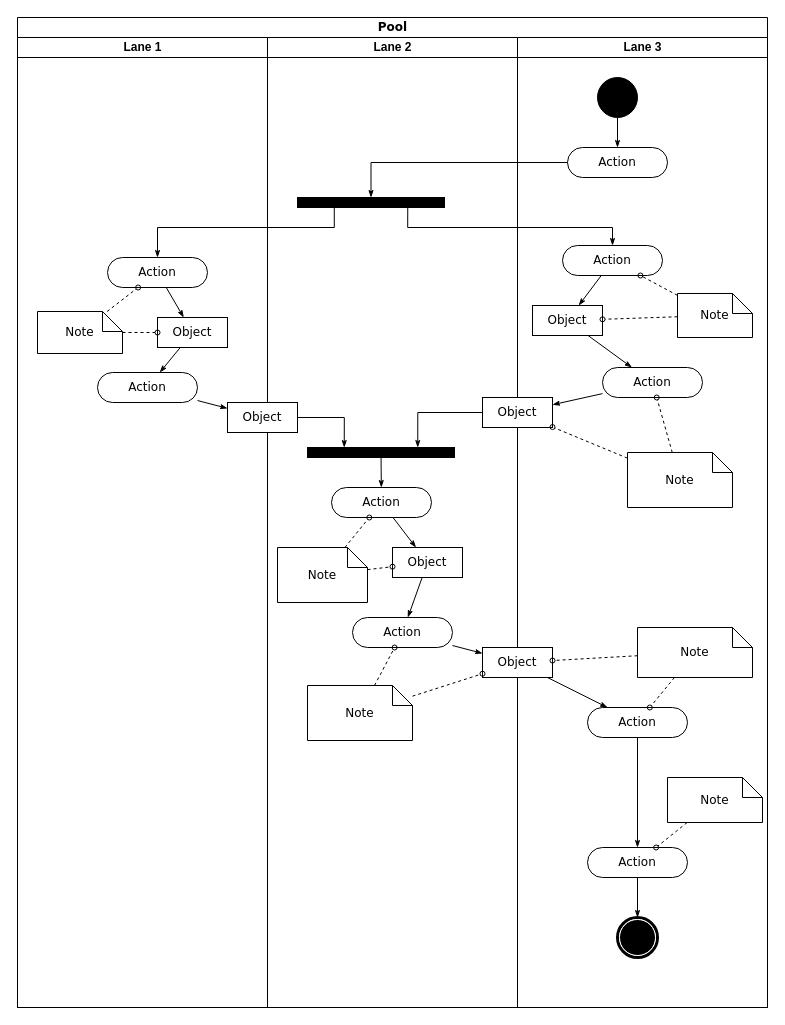
This is page "Lvl 0" (1 of 3) of pps-yazaki.drawio from hendrasaputra0501/pasi-bpa, a draw.io file, before an edit. Source tidied: cells renumbered, new cells numbered last; positions are measured from the earlier drawing's top-left corner, leaving out a move shared by most shapes. Both pictures are drawn from the tidied source at 100%, with x=0, y=0 at pixel (17, 17).
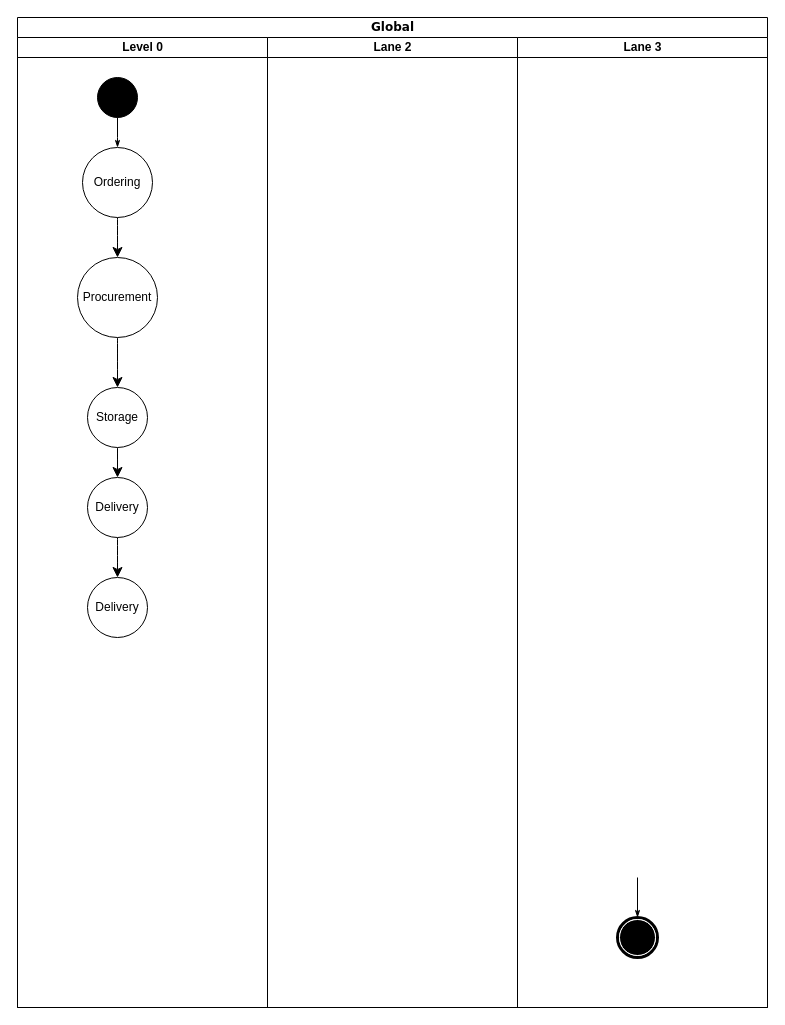
After the change.

The change refers to these unchanged cells:
```xml
<mxCell id="12" value="Lane 2" style="swimlane;html=1;startSize=20;" parent="2" vertex="1">
  <mxGeometry x="250" y="20" width="250" height="970" as="geometry" />
</mxCell>
<mxCell id="28" value="Lane 3" style="swimlane;html=1;startSize=20;" parent="2" vertex="1">
  <mxGeometry x="500" y="20" width="250" height="970" as="geometry" />
</mxCell>
<mxCell id="45" style="shape=mxgraph.bpmn.shape;html=1;verticalLabelPosition=bottom;labelBackgroundColor=#ffffff;verticalAlign=top;perimeter=ellipsePerimeter;outline=end;symbol=terminate;rounded=0;shadow=0;comic=0;strokeWidth=1;fontFamily=Verdana;fontSize=12;align=center;" parent="28" vertex="1">
  <mxGeometry x="100" y="880" width="40" height="40" as="geometry" />
</mxCell>
```

What changed in the source:
```diff
@@
-    <mxCell id="2" value="Pool" style="swimlane;html=1;startSize=20;rounded=0;shadow=0;comic=0;labelBackgroundColor=none;strokeWidth=1;fontFamily=Verdana;fontSize=12;align=center;" parent="1" vertex="1">
+    <mxCell id="2" value="Global" style="swimlane;html=1;startSize=20;rounded=0;shadow=0;comic=0;labelBackgroundColor=none;strokeWidth=1;fontFamily=Verdana;fontSize=12;align=center;" parent="1" vertex="1">
       <mxGeometry width="750" height="990" as="geometry" />
     </mxCell>
-    <mxCell id="3" value="Lane 1" style="swimlane;html=1;startSize=20;" parent="2" vertex="1">
+    <mxCell id="3" value="Level 0" style="swimlane;html=1;startSize=20;rounded=0;" parent="2" vertex="1">
       <mxGeometry y="20" width="250" height="970" as="geometry" />
     </mxCell>
-    <mxCell id="4" style="edgeStyle=none;rounded=0;html=1;labelBackgroundColor=none;startArrow=none;startFill=0;startSize=5;endArrow=classicThin;endFill=1;endSize=5;jettySize=auto;strokeWidth=1;fontFamily=Verdana;fontSize=12;" parent="3" edge="1" source="5" target="8">
-      <mxGeometry relative="1" as="geometry" />
-    </mxCell>
-    <mxCell id="5" value="Action" style="rounded=1;whiteSpace=wrap;html=1;shadow=0;comic=0;labelBackgroundColor=none;strokeWidth=1;fontFamily=Verdana;fontSize=12;align=center;arcSize=50;" parent="3" vertex="1">
-      <mxGeometry x="90" y="220" width="100" height="30" as="geometry" />
-    </mxCell>
-    <mxCell id="6" value="Action" style="rounded=1;whiteSpace=wrap;html=1;shadow=0;comic=0;labelBackgroundColor=none;strokeWidth=1;fontFamily=Verdana;fontSize=12;align=center;arcSize=50;" parent="3" vertex="1">
-      <mxGeometry x="80" y="335" width="100" height="30" as="geometry" />
-    </mxCell>
-    <mxCell id="7" style="edgeStyle=none;rounded=0;html=1;labelBackgroundColor=none;startArrow=none;startFill=0;startSize=5;endArrow=classicThin;endFill=1;endSize=5;jettySize=auto;strokeWidth=1;fontFamily=Verdana;fontSize=12;" parent="3" edge="1" source="8" target="6">
-      <mxGeometry relative="1" as="geometry" />
-    </mxCell>
-    <mxCell id="8" value="Object" style="rounded=0;whiteSpace=wrap;html=1;shadow=0;comic=0;labelBackgroundColor=none;strokeWidth=1;fontFamily=Verdana;fontSize=12;align=center;arcSize=50;" parent="3" vertex="1">
-      <mxGeometry x="140" y="280" width="70" height="30" as="geometry" />
-    </mxCell>
-    <mxCell id="9" style="edgeStyle=none;rounded=0;html=1;labelBackgroundColor=none;startArrow=none;startFill=0;startSize=5;endArrow=oval;endFill=0;endSize=5;jettySize=auto;strokeWidth=1;fontFamily=Verdana;fontSize=12;dashed=1;" parent="3" edge="1" source="11" target="5">
-      <mxGeometry relative="1" as="geometry" />
-    </mxCell>
-    <mxCell id="10" style="edgeStyle=none;rounded=0;html=1;dashed=1;labelBackgroundColor=none;startArrow=none;startFill=0;startSize=5;endArrow=oval;endFill=0;endSize=5;jettySize=auto;strokeWidth=1;fontFamily=Verdana;fontSize=12;" parent="3" edge="1" source="11" target="8">
-      <mxGeometry relative="1" as="geometry" />
-    </mxCell>
-    <mxCell id="11" value="Note" style="shape=note;whiteSpace=wrap;html=1;rounded=0;shadow=0;comic=0;labelBackgroundColor=none;strokeWidth=1;fontFamily=Verdana;fontSize=12;align=center;size=20;" parent="3" vertex="1">
-      <mxGeometry x="20" y="274" width="85" height="42" as="geometry" />
-    </mxCell>
+    <mxCell id="30" style="ellipse;whiteSpace=wrap;html=1;rounded=0;shadow=0;comic=0;labelBackgroundColor=none;strokeWidth=1;fillColor=#000000;fontFamily=Verdana;fontSize=12;align=center;" parent="3" vertex="1">
+      <mxGeometry x="80" y="40" width="40" height="40" as="geometry" />
+    </mxCell>
+    <mxCell id="29" style="edgeStyle=orthogonalEdgeStyle;rounded=0;html=1;labelBackgroundColor=none;startArrow=none;startFill=0;startSize=5;endArrow=classicThin;endFill=1;endSize=5;jettySize=auto;strokeWidth=1;fontFamily=Verdana;fontSize=12;" parent="3" edge="1" source="30">
+      <mxGeometry relative="1" as="geometry">
+        <mxPoint x="100" y="110" as="targetPoint" />
+      </mxGeometry>
+    </mxCell>
+    <mxCell id="64" style="edgeStyle=none;curved=1;rounded=0;jettySize=auto;html=1;entryX=0.5;entryY=0;entryDx=0;entryDy=0;fontSize=12;startSize=8;endSize=8;" parent="3" edge="1" source="65" target="67">
+      <mxGeometry relative="1" as="geometry" />
+    </mxCell>
+    <mxCell id="65" value="Ordering" style="ellipse;whiteSpace=wrap;html=1;" parent="3" vertex="1">
+      <mxGeometry x="65" y="110" width="70" height="70" as="geometry" />
+    </mxCell>
+    <mxCell id="66" style="edgeStyle=none;curved=1;rounded=0;jettySize=auto;html=1;entryX=0.5;entryY=0;entryDx=0;entryDy=0;fontSize=12;startSize=8;endSize=8;" parent="3" edge="1" source="67" target="69">
+      <mxGeometry relative="1" as="geometry" />
+    </mxCell>
+    <mxCell id="67" value="Procurement" style="ellipse;whiteSpace=wrap;html=1;" parent="3" vertex="1">
+      <mxGeometry x="60" y="220" width="80" height="80" as="geometry" />
+    </mxCell>
+    <mxCell id="68" style="edgeStyle=none;curved=1;rounded=0;jettySize=auto;html=1;entryX=0.5;entryY=0;entryDx=0;entryDy=0;fontSize=12;startSize=8;endSize=8;" parent="3" edge="1" source="69" target="71">
+      <mxGeometry relative="1" as="geometry" />
+    </mxCell>
+    <mxCell id="69" value="Storage" style="ellipse;whiteSpace=wrap;html=1;" parent="3" vertex="1">
+      <mxGeometry x="70" y="350" width="60" height="60" as="geometry" />
+    </mxCell>
+    <mxCell id="70" style="edgeStyle=none;curved=1;rounded=0;jettySize=auto;html=1;entryX=0.5;entryY=0;entryDx=0;entryDy=0;fontSize=12;startSize=8;endSize=8;" parent="3" edge="1" source="71" target="72">
+      <mxGeometry relative="1" as="geometry" />
+    </mxCell>
+    <mxCell id="71" value="Delivery" style="ellipse;whiteSpace=wrap;html=1;" parent="3" vertex="1">
+      <mxGeometry x="70" y="440" width="60" height="60" as="geometry" />
+    </mxCell>
+    <mxCell id="72" value="Delivery" style="ellipse;whiteSpace=wrap;html=1;" parent="3" vertex="1">
+      <mxGeometry x="70" y="540" width="60" height="60" as="geometry" />
+    </mxCell>
@@
-    <mxCell id="13" style="whiteSpace=wrap;html=1;rounded=0;shadow=0;comic=0;labelBackgroundColor=none;strokeWidth=1;fillColor=#000000;fontFamily=Verdana;fontSize=12;align=center;rotation=0;" parent="12" vertex="1">
-      <mxGeometry x="30" y="160" width="147" height="10" as="geometry" />
-    </mxCell>
-    <mxCell id="14" style="edgeStyle=none;rounded=0;html=1;labelBackgroundColor=none;startArrow=none;startFill=0;startSize=5;endArrow=classicThin;endFill=1;endSize=5;jettySize=auto;strokeWidth=1;fontFamily=Verdana;fontSize=12;" parent="12" edge="1" source="15" target="21">
-      <mxGeometry relative="1" as="geometry" />
-    </mxCell>
-    <mxCell id="15" value="Action" style="rounded=1;whiteSpace=wrap;html=1;shadow=0;comic=0;labelBackgroundColor=none;strokeWidth=1;fontFamily=Verdana;fontSize=12;align=center;arcSize=50;" parent="12" vertex="1">
-      <mxGeometry x="64" y="450" width="100" height="30" as="geometry" />
-    </mxCell>
-    <mxCell id="16" style="edgeStyle=none;rounded=0;html=1;labelBackgroundColor=none;startArrow=none;startFill=0;startSize=5;endArrow=classicThin;endFill=1;endSize=5;jettySize=auto;strokeWidth=1;fontFamily=Verdana;fontSize=12;" parent="12" edge="1" source="17" target="15">
-      <mxGeometry relative="1" as="geometry" />
-    </mxCell>
-    <mxCell id="17" style="whiteSpace=wrap;html=1;rounded=0;shadow=0;comic=0;labelBackgroundColor=none;strokeWidth=1;fillColor=#000000;fontFamily=Verdana;fontSize=12;align=center;rotation=0;" parent="12" vertex="1">
-      <mxGeometry x="40" y="410" width="147" height="10" as="geometry" />
-    </mxCell>
-    <mxCell id="18" style="edgeStyle=orthogonalEdgeStyle;rounded=0;html=1;entryX=0.25;entryY=0;labelBackgroundColor=none;startArrow=none;startFill=0;startSize=5;endArrow=classicThin;endFill=1;endSize=5;jettySize=auto;strokeWidth=1;fontFamily=Verdana;fontSize=12;" parent="12" edge="1" source="19" target="17">
-      <mxGeometry relative="1" as="geometry" />
-    </mxCell>
-    <mxCell id="19" value="Object" style="rounded=0;whiteSpace=wrap;html=1;shadow=0;comic=0;labelBackgroundColor=none;strokeWidth=1;fontFamily=Verdana;fontSize=12;align=center;arcSize=50;" parent="12" vertex="1">
-      <mxGeometry x="-40" y="365" width="70" height="30" as="geometry" />
-    </mxCell>
-    <mxCell id="20" style="edgeStyle=none;rounded=0;html=1;labelBackgroundColor=none;startArrow=none;startFill=0;startSize=5;endArrow=classicThin;endFill=1;endSize=5;jettySize=auto;strokeWidth=1;fontFamily=Verdana;fontSize=12;" parent="12" edge="1" source="21" target="22">
-      <mxGeometry relative="1" as="geometry" />
-    </mxCell>
-    <mxCell id="21" value="Object" style="rounded=0;whiteSpace=wrap;html=1;shadow=0;comic=0;labelBackgroundColor=none;strokeWidth=1;fontFamily=Verdana;fontSize=12;align=center;arcSize=50;" parent="12" vertex="1">
-      <mxGeometry x="125" y="510" width="70" height="30" as="geometry" />
-    </mxCell>
-    <mxCell id="22" value="Action" style="rounded=1;whiteSpace=wrap;html=1;shadow=0;comic=0;labelBackgroundColor=none;strokeWidth=1;fontFamily=Verdana;fontSize=12;align=center;arcSize=50;" parent="12" vertex="1">
-      <mxGeometry x="85" y="580" width="100" height="30" as="geometry" />
-    </mxCell>
-    <mxCell id="23" style="edgeStyle=none;rounded=0;html=1;dashed=1;labelBackgroundColor=none;startArrow=none;startFill=0;startSize=5;endArrow=oval;endFill=0;endSize=5;jettySize=auto;strokeWidth=1;fontFamily=Verdana;fontSize=12;" parent="12" edge="1" source="25" target="15">
-      <mxGeometry relative="1" as="geometry" />
-    </mxCell>
-    <mxCell id="24" style="edgeStyle=none;rounded=0;html=1;dashed=1;labelBackgroundColor=none;startArrow=none;startFill=0;startSize=5;endArrow=oval;endFill=0;endSize=5;jettySize=auto;strokeWidth=1;fontFamily=Verdana;fontSize=12;" parent="12" edge="1" source="25" target="21">
-      <mxGeometry relative="1" as="geometry" />
-    </mxCell>
-    <mxCell id="25" value="Note" style="shape=note;whiteSpace=wrap;html=1;rounded=0;shadow=0;comic=0;labelBackgroundColor=none;strokeWidth=1;fontFamily=Verdana;fontSize=12;align=center;size=20;" parent="12" vertex="1">
-      <mxGeometry x="10" y="510" width="90" height="55" as="geometry" />
-    </mxCell>
-    <mxCell id="26" style="edgeStyle=none;rounded=0;html=1;dashed=1;labelBackgroundColor=none;startArrow=none;startFill=0;startSize=5;endArrow=oval;endFill=0;endSize=5;jettySize=auto;strokeWidth=1;fontFamily=Verdana;fontSize=12;" parent="12" edge="1" source="27" target="22">
-      <mxGeometry relative="1" as="geometry" />
-    </mxCell>
-    <mxCell id="27" value="Note" style="shape=note;whiteSpace=wrap;html=1;rounded=0;shadow=0;comic=0;labelBackgroundColor=none;strokeWidth=1;fontFamily=Verdana;fontSize=12;align=center;size=20;" parent="12" vertex="1">
-      <mxGeometry x="40" y="648" width="105" height="55" as="geometry" />
-    </mxCell>
@@
-    <mxCell id="29" style="edgeStyle=orthogonalEdgeStyle;rounded=0;html=1;labelBackgroundColor=none;startArrow=none;startFill=0;startSize=5;endArrow=classicThin;endFill=1;endSize=5;jettySize=auto;strokeWidth=1;fontFamily=Verdana;fontSize=12;" parent="28" edge="1" source="30" target="31">
-      <mxGeometry relative="1" as="geometry" />
-    </mxCell>
-    <mxCell id="30" style="ellipse;whiteSpace=wrap;html=1;rounded=0;shadow=0;comic=0;labelBackgroundColor=none;strokeWidth=1;fillColor=#000000;fontFamily=Verdana;fontSize=12;align=center;" parent="28" vertex="1">
-      <mxGeometry x="80" y="40" width="40" height="40" as="geometry" />
-    </mxCell>
-    <mxCell id="31" value="Action" style="rounded=1;whiteSpace=wrap;html=1;shadow=0;comic=0;labelBackgroundColor=none;strokeWidth=1;fontFamily=Verdana;fontSize=12;align=center;arcSize=50;" parent="28" vertex="1">
-      <mxGeometry x="50" y="110" width="100" height="30" as="geometry" />
-    </mxCell>
-    <mxCell id="32" style="rounded=0;html=1;labelBackgroundColor=none;startArrow=none;startFill=0;startSize=5;endArrow=classicThin;endFill=1;endSize=5;jettySize=auto;strokeWidth=1;fontFamily=Verdana;fontSize=12;" parent="28" edge="1" source="33" target="37">
-      <mxGeometry relative="1" as="geometry" />
-    </mxCell>
-    <mxCell id="33" value="Action" style="rounded=1;whiteSpace=wrap;html=1;shadow=0;comic=0;labelBackgroundColor=none;strokeWidth=1;fontFamily=Verdana;fontSize=12;align=center;arcSize=50;" parent="28" vertex="1">
-      <mxGeometry x="45" y="208" width="100" height="30" as="geometry" />
-    </mxCell>
-    <mxCell id="34" style="edgeStyle=none;rounded=0;html=1;labelBackgroundColor=none;startArrow=none;startFill=0;startSize=5;endArrow=classicThin;endFill=1;endSize=5;jettySize=auto;strokeWidth=1;fontFamily=Verdana;fontSize=12;" parent="28" edge="1" source="35" target="38">
-      <mxGeometry relative="1" as="geometry" />
-    </mxCell>
-    <mxCell id="35" value="Action" style="rounded=1;whiteSpace=wrap;html=1;shadow=0;comic=0;labelBackgroundColor=none;strokeWidth=1;fontFamily=Verdana;fontSize=12;align=center;arcSize=50;" parent="28" vertex="1">
-      <mxGeometry x="85" y="330" width="100" height="30" as="geometry" />
-    </mxCell>
-    <mxCell id="36" style="edgeStyle=none;rounded=0;html=1;labelBackgroundColor=none;startArrow=none;startFill=0;startSize=5;endArrow=classicThin;endFill=1;endSize=5;jettySize=auto;strokeWidth=1;fontFamily=Verdana;fontSize=12;" parent="28" edge="1" source="37" target="35">
-      <mxGeometry relative="1" as="geometry" />
-    </mxCell>
-    <mxCell id="37" value="Object" style="rounded=0;whiteSpace=wrap;html=1;shadow=0;comic=0;labelBackgroundColor=none;strokeWidth=1;fontFamily=Verdana;fontSize=12;align=center;arcSize=50;" parent="28" vertex="1">
-      <mxGeometry x="15" y="268" width="70" height="30" as="geometry" />
-    </mxCell>
-    <mxCell id="38" value="Object" style="rounded=0;whiteSpace=wrap;html=1;shadow=0;comic=0;labelBackgroundColor=none;strokeWidth=1;fontFamily=Verdana;fontSize=12;align=center;arcSize=50;" parent="28" vertex="1">
-      <mxGeometry x="-35" y="360" width="70" height="30" as="geometry" />
-    </mxCell>
-    <mxCell id="39" style="edgeStyle=none;rounded=0;html=1;labelBackgroundColor=none;startArrow=none;startFill=0;startSize=5;endArrow=classicThin;endFill=1;endSize=5;jettySize=auto;strokeWidth=1;fontFamily=Verdana;fontSize=12;" parent="28" edge="1" source="40" target="42">
-      <mxGeometry relative="1" as="geometry" />
-    </mxCell>
-    <mxCell id="40" value="Object" style="rounded=0;whiteSpace=wrap;html=1;shadow=0;comic=0;labelBackgroundColor=none;strokeWidth=1;fontFamily=Verdana;fontSize=12;align=center;arcSize=50;" parent="28" vertex="1">
-      <mxGeometry x="-35" y="610" width="70" height="30" as="geometry" />
-    </mxCell>
-    <mxCell id="41" style="edgeStyle=none;rounded=0;html=1;labelBackgroundColor=none;startArrow=none;startFill=0;startSize=5;endArrow=classicThin;endFill=1;endSize=5;jettySize=auto;strokeWidth=1;fontFamily=Verdana;fontSize=12;" parent="28" edge="1" source="42" target="44">
-      <mxGeometry relative="1" as="geometry" />
-    </mxCell>
-    <mxCell id="42" value="Action" style="rounded=1;whiteSpace=wrap;html=1;shadow=0;comic=0;labelBackgroundColor=none;strokeWidth=1;fontFamily=Verdana;fontSize=12;align=center;arcSize=50;" parent="28" vertex="1">
-      <mxGeometry x="70" y="670" width="100" height="30" as="geometry" />
-    </mxCell>
-    <mxCell id="43" style="edgeStyle=none;rounded=0;html=1;labelBackgroundColor=none;startArrow=none;startFill=0;startSize=5;endArrow=classicThin;endFill=1;endSize=5;jettySize=auto;strokeWidth=1;fontFamily=Verdana;fontSize=12;" parent="28" edge="1" source="44" target="45">
-      <mxGeometry relative="1" as="geometry" />
+    <mxCell id="43" style="edgeStyle=none;rounded=0;html=1;labelBackgroundColor=none;startArrow=none;startFill=0;startSize=5;endArrow=classicThin;endFill=1;endSize=5;jettySize=auto;strokeWidth=1;fontFamily=Verdana;fontSize=12;" parent="28" edge="1" target="45">
+      <mxGeometry relative="1" as="geometry">
+        <mxPoint x="120" y="840" as="sourcePoint" />
+      </mxGeometry>
     </mxCell>
-    <mxCell id="44" value="Action" style="rounded=1;whiteSpace=wrap;html=1;shadow=0;comic=0;labelBackgroundColor=none;strokeWidth=1;fontFamily=Verdana;fontSize=12;align=center;arcSize=50;" parent="28" vertex="1">
-      <mxGeometry x="70" y="810" width="100" height="30" as="geometry" />
-    </mxCell>
@@
-    <mxCell id="46" style="edgeStyle=none;rounded=0;html=1;dashed=1;labelBackgroundColor=none;startArrow=none;startFill=0;startSize=5;endArrow=oval;endFill=0;endSize=5;jettySize=auto;strokeWidth=1;fontFamily=Verdana;fontSize=12;" parent="28" edge="1" source="48" target="33">
-      <mxGeometry relative="1" as="geometry" />
-    </mxCell>
-    <mxCell id="47" style="edgeStyle=none;rounded=0;html=1;dashed=1;labelBackgroundColor=none;startArrow=none;startFill=0;startSize=5;endArrow=oval;endFill=0;endSize=5;jettySize=auto;strokeWidth=1;fontFamily=Verdana;fontSize=12;" parent="28" edge="1" source="48" target="37">
-      <mxGeometry relative="1" as="geometry" />
-    </mxCell>
-    <mxCell id="48" value="Note" style="shape=note;whiteSpace=wrap;html=1;rounded=0;shadow=0;comic=0;labelBackgroundColor=none;strokeWidth=1;fontFamily=Verdana;fontSize=12;align=center;size=20;" parent="28" vertex="1">
-      <mxGeometry x="160" y="256" width="75" height="44" as="geometry" />
-    </mxCell>
-    <mxCell id="49" style="edgeStyle=none;rounded=0;html=1;dashed=1;labelBackgroundColor=none;startArrow=none;startFill=0;startSize=5;endArrow=oval;endFill=0;endSize=5;jettySize=auto;strokeWidth=1;fontFamily=Verdana;fontSize=12;" parent="28" edge="1" source="51" target="35">
-      <mxGeometry relative="1" as="geometry" />
-    </mxCell>
-    <mxCell id="50" style="edgeStyle=none;rounded=0;html=1;dashed=1;labelBackgroundColor=none;startArrow=none;startFill=0;startSize=5;endArrow=oval;endFill=0;endSize=5;jettySize=auto;strokeWidth=1;fontFamily=Verdana;fontSize=12;" parent="28" edge="1" source="51" target="38">
-      <mxGeometry relative="1" as="geometry" />
-    </mxCell>
-    <mxCell id="51" value="Note" style="shape=note;whiteSpace=wrap;html=1;rounded=0;shadow=0;comic=0;labelBackgroundColor=none;strokeWidth=1;fontFamily=Verdana;fontSize=12;align=center;size=20;" parent="28" vertex="1">
-      <mxGeometry x="110" y="415" width="105" height="55" as="geometry" />
-    </mxCell>
-    <mxCell id="52" style="edgeStyle=none;rounded=0;html=1;dashed=1;labelBackgroundColor=none;startArrow=none;startFill=0;startSize=5;endArrow=oval;endFill=0;endSize=5;jettySize=auto;strokeWidth=1;fontFamily=Verdana;fontSize=12;" parent="28" edge="1" source="54" target="42">
-      <mxGeometry relative="1" as="geometry" />
-    </mxCell>
-    <mxCell id="53" style="edgeStyle=none;rounded=0;html=1;dashed=1;labelBackgroundColor=none;startArrow=none;startFill=0;startSize=5;endArrow=oval;endFill=0;endSize=5;jettySize=auto;strokeWidth=1;fontFamily=Verdana;fontSize=12;" parent="28" edge="1" source="54" target="40">
-      <mxGeometry relative="1" as="geometry" />
-    </mxCell>
-    <mxCell id="54" value="Note" style="shape=note;whiteSpace=wrap;html=1;rounded=0;shadow=0;comic=0;labelBackgroundColor=none;strokeWidth=1;fontFamily=Verdana;fontSize=12;align=center;size=20;" parent="28" vertex="1">
-      <mxGeometry x="120" y="590" width="115" height="50" as="geometry" />
-    </mxCell>
-    <mxCell id="55" style="edgeStyle=none;rounded=0;html=1;dashed=1;labelBackgroundColor=none;startArrow=none;startFill=0;startSize=5;endArrow=oval;endFill=0;endSize=5;jettySize=auto;strokeWidth=1;fontFamily=Verdana;fontSize=12;" parent="28" edge="1" source="56" target="44">
-      <mxGeometry relative="1" as="geometry" />
-    </mxCell>
-    <mxCell id="56" value="Note" style="shape=note;whiteSpace=wrap;html=1;rounded=0;shadow=0;comic=0;labelBackgroundColor=none;strokeWidth=1;fontFamily=Verdana;fontSize=12;align=center;size=20;" parent="28" vertex="1">
-      <mxGeometry x="150" y="740" width="95" height="45" as="geometry" />
-    </mxCell>
-    <mxCell id="57" style="edgeStyle=orthogonalEdgeStyle;rounded=0;html=1;entryX=0.5;entryY=0;labelBackgroundColor=none;startArrow=none;startFill=0;startSize=5;endArrow=classicThin;endFill=1;endSize=5;jettySize=auto;strokeWidth=1;fontFamily=Verdana;fontSize=12;" parent="2" edge="1" source="31" target="13">
-      <mxGeometry relative="1" as="geometry">
-        <Array as="points">
-          <mxPoint x="354" y="145" />
-        </Array>
-      </mxGeometry>
-    </mxCell>
-    <mxCell id="58" style="edgeStyle=orthogonalEdgeStyle;rounded=0;html=1;exitX=0.75;exitY=1;labelBackgroundColor=none;startArrow=none;startFill=0;startSize=5;endArrow=classicThin;endFill=1;endSize=5;jettySize=auto;strokeWidth=1;fontFamily=Verdana;fontSize=12;" parent="2" edge="1" source="13" target="33">
-      <mxGeometry relative="1" as="geometry">
-        <Array as="points">
-          <mxPoint x="390" y="210" />
-          <mxPoint x="595" y="210" />
-        </Array>
-      </mxGeometry>
-    </mxCell>
-    <mxCell id="59" style="edgeStyle=orthogonalEdgeStyle;rounded=0;html=1;exitX=0.25;exitY=1;entryX=0.5;entryY=0;labelBackgroundColor=none;startArrow=none;startFill=0;startSize=5;endArrow=classicThin;endFill=1;endSize=5;jettySize=auto;strokeWidth=1;fontFamily=Verdana;fontSize=12;" parent="2" edge="1" source="13" target="5">
-      <mxGeometry relative="1" as="geometry">
-        <Array as="points">
-          <mxPoint x="317" y="210" />
-          <mxPoint x="140" y="210" />
-        </Array>
-      </mxGeometry>
-    </mxCell>
-    <mxCell id="60" style="edgeStyle=orthogonalEdgeStyle;rounded=0;html=1;entryX=0.75;entryY=0;labelBackgroundColor=none;startArrow=none;startFill=0;startSize=5;endArrow=classicThin;endFill=1;endSize=5;jettySize=auto;strokeWidth=1;fontFamily=Verdana;fontSize=12;" parent="2" edge="1" source="38" target="17">
-      <mxGeometry relative="1" as="geometry" />
-    </mxCell>
-    <mxCell id="61" style="edgeStyle=none;rounded=0;html=1;labelBackgroundColor=none;startArrow=none;startFill=0;startSize=5;endArrow=classicThin;endFill=1;endSize=5;jettySize=auto;strokeWidth=1;fontFamily=Verdana;fontSize=12;" parent="2" edge="1" source="6" target="19">
-      <mxGeometry relative="1" as="geometry" />
-    </mxCell>
-    <mxCell id="62" style="edgeStyle=none;rounded=0;html=1;labelBackgroundColor=none;startArrow=none;startFill=0;startSize=5;endArrow=classicThin;endFill=1;endSize=5;jettySize=auto;strokeWidth=1;fontFamily=Verdana;fontSize=12;" parent="2" edge="1" source="22" target="40">
-      <mxGeometry relative="1" as="geometry" />
-    </mxCell>
-    <mxCell id="63" style="edgeStyle=none;rounded=0;html=1;dashed=1;labelBackgroundColor=none;startArrow=none;startFill=0;startSize=5;endArrow=oval;endFill=0;endSize=5;jettySize=auto;strokeWidth=1;fontFamily=Verdana;fontSize=12;" parent="2" edge="1" source="27" target="40">
-      <mxGeometry relative="1" as="geometry" />
-    </mxCell>
```
